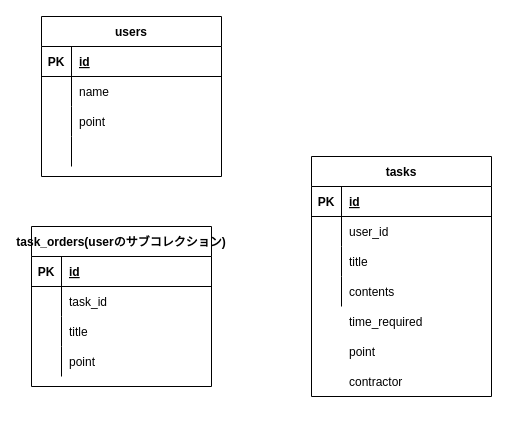
Above: .drawio in KojimaNaoyuki/hackathon-1 (draw.io), before the change. Source tidied: cells renumbered, new cells numbered last; positions are measured from the earlier drawing's top-left corner, leaving out a move shared by most shapes. Both pictures are drawn from the tidied source at 100%, with x=0, y=0 at pixel (31, 16).
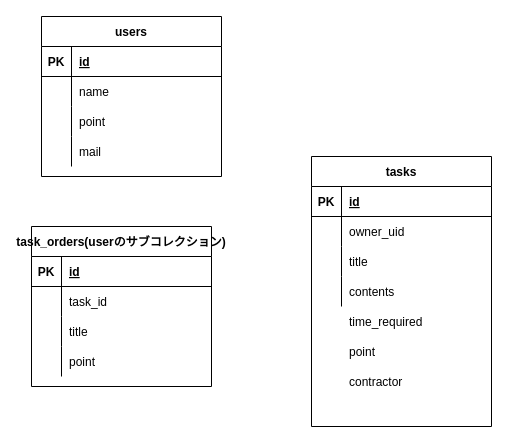
The same page after the edit.

Unchanged cells that the change refers to:
```xml
<mxCell id="12" style="shape=partialRectangle;fillColor=none;top=0;left=0;bottom=0;right=0;" parent="2" vertex="1">
  <mxGeometry y="120" width="180" height="30" as="geometry" />
</mxCell>
<mxCell id="19" style="shape=partialRectangle;fillColor=none;top=0;left=0;bottom=0;right=0;" parent="15" vertex="1">
  <mxGeometry y="60" width="180" height="30" as="geometry" />
</mxCell>
```

Change to the diagram source:
```diff
@@
-    <mxCell id="14" style="shape=partialRectangle;fillColor=none;top=0;left=0;bottom=0;right=0;align=left;spacingLeft=6;overflow=hidden;" parent="12" vertex="1">
+    <mxCell id="14" value="mail" style="shape=partialRectangle;fillColor=none;top=0;left=0;bottom=0;right=0;align=left;spacingLeft=6;overflow=hidden;" parent="12" vertex="1">
       <mxGeometry x="30" width="150" height="30" as="geometry" />
     </mxCell>
     <mxCell id="15" value="tasks" style="shape=table;startSize=30;childLayout=tableLayout;rowLines=0;fontStyle=1;align=center;" parent="1" vertex="1">
-      <mxGeometry x="280" y="140" width="180" height="240" as="geometry" />
+      <mxGeometry x="280" y="140" width="180" height="270" as="geometry" />
     </mxCell>
@@
-    <mxCell id="21" value="user_id" style="shape=partialRectangle;fillColor=none;top=0;left=0;bottom=0;right=0;align=left;spacingLeft=6;overflow=hidden;" parent="19" vertex="1">
+    <mxCell id="21" value="owner_uid" style="shape=partialRectangle;fillColor=none;top=0;left=0;bottom=0;right=0;align=left;spacingLeft=6;overflow=hidden;" parent="19" vertex="1">
       <mxGeometry x="30" width="150" height="30" as="geometry" />
     </mxCell>
```
